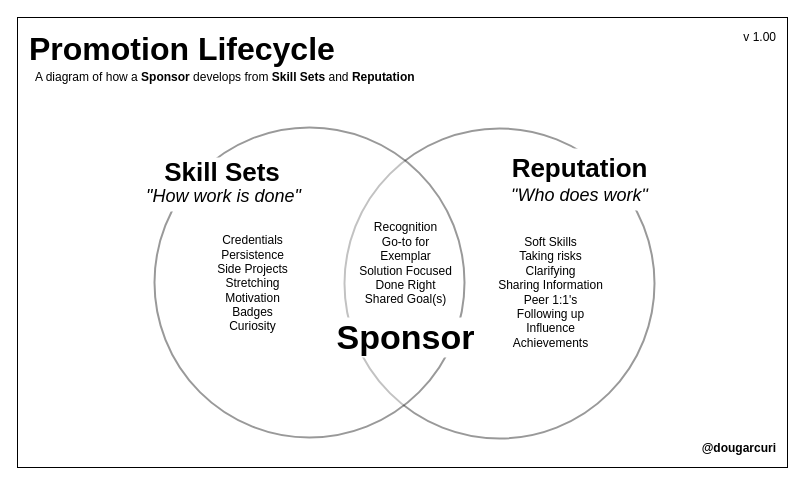
This is page "skills-rep-side" (6 of 12) of mentoring/diagrams/promotion.drawio from solidi/learning-notes, a draw.io file, before an edit. Source tidied: cells renumbered, new cells numbered last; positions are measured from the earlier drawing's top-left corner, leaving out a move shared by most shapes. Both pictures are drawn from the tidied source at 100%, with x=0, y=0 at pixel (17, 17).
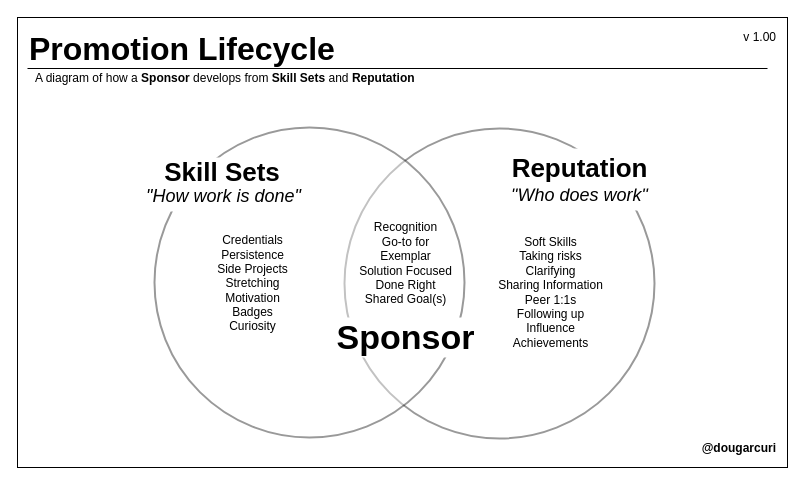
The same page after the edit.

Unchanged cells that the change refers to:
```xml
<mxCell id="7" style="group;" parent="1" vertex="1">
  <mxGeometry x="120" y="110" width="537" height="311" as="geometry" />
</mxCell>
```

Diff of the diagram source:
```diff
@@
     <mxCell id="4" value="&amp;nbsp; A diagram of how a &lt;strong class=&quot;markup--strong markup--p-strong&quot;&gt;Sponsor&lt;/strong&gt; develops from &lt;strong class=&quot;markup--strong markup--p-strong&quot;&gt;Skill Sets&lt;/strong&gt; and &lt;strong class=&quot;markup--strong markup--p-strong&quot;&gt;Reputation&lt;/strong&gt;" style="text;html=1;align=left;verticalAlign=middle;labelBackgroundColor=#ffffff;" parent="1" vertex="1">
-      <mxGeometry x="10" y="59.8" as="geometry" />
+      <mxGeometry x="10" y="60" as="geometry" />
     </mxCell>
@@
-    <mxCell id="13" value="Soft Skills&lt;br&gt;Taking risks&lt;br&gt;Clarifying&lt;br&gt;Sharing Information&lt;br&gt;Peer 1:1's&lt;br&gt;Following up&lt;br&gt;Influence&lt;br&gt;Achievements" style="text;html=1;align=center;verticalAlign=middle;strokeColor=none;fillColor=none;rotation=0;" parent="7" vertex="1">
+    <mxCell id="13" value="Soft Skills&lt;br&gt;Taking risks&lt;br&gt;Clarifying&lt;br&gt;Sharing Information&lt;br&gt;Peer 1:1s&lt;br&gt;Following up&lt;br&gt;Influence&lt;br&gt;Achievements" style="text;html=1;align=center;verticalAlign=middle;strokeColor=none;fillColor=none;rotation=0;" parent="7" vertex="1">
       <mxGeometry x="348" y="100" width="130" height="130" as="geometry" />
     </mxCell>
@@
+    <mxCell id="20" style="endArrow=none;html=1;rounded=0;" parent="1" edge="1">
+      <mxGeometry relative="1" as="geometry">
+        <mxPoint x="10" y="51" as="sourcePoint" />
+        <mxPoint x="750" y="51" as="targetPoint" />
+      </mxGeometry>
+    </mxCell>
```
